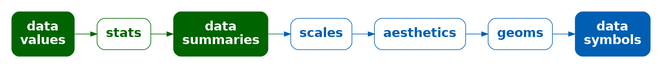
Before: Diagrams/data-stat-scale-aes-geom-sym.png, a diagram exported from Graphviz (pmur002/hdvw). Its source is kept beside it as Diagrams/data-stat-scale-aes-geom-sym.dot. Its diagram source:
```dot
digraph {
  graph [ rankdir=LR; margin=.2; nodesep=.5 ];
  node [ fontsize=20; fontname="sans bold"; margin=.2 ];
  data [ label="data\nvalues"; shape=box; style="filled, rounded"; penwidth=0; fontcolor=white; fillcolor="#006400" ]
  ggstat [ label="stats"; shape=box; style=rounded; color="#006400"; fontcolor="#006400" ]
  stat [ label="data\nsummaries"; shape=box; style="filled, rounded"; penwidth=0; fontcolor=white; fillcolor="#006400" ]
  scale [ label="scales"; shape=box; style=rounded; color="#005FB2"; fontcolor="#005FB2" ]
  aes [ label="aesthetics"; shape=box; style=rounded; color="#005FB2"; fontcolor="#005FB2" ]
  geom [ label="geoms"; shape=box; style=rounded; color="#005FB2"; fontcolor="#005FB2" ]
  sym [ label="data\nsymbols"; shape=box;
     style="filled, rounded"; penwidth=0; fontcolor=white; fillcolor="#005FB2" ]
  data -> ggstat [ color="#006400" ]
  ggstat -> stat [ color="#006400" ]
  stat -> scale [ color="#006400;0.1:#006314;0.1:#006328;0.1:#00623B;0.1:#00624F;0.1:#006163;0.1:#006177;0.1:#00608A;0.1:#00609E;0.1:#005FB2;0.1" ]
  scale -> aes [ color="#005FB2" ]
  aes -> geom [ color="#005FB2" ]
  geom -> sym [ color="#005FB2" ]
}
```
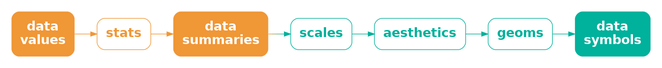
After the commit.

Diff of the diagram source:
```diff
@@ -1,18 +1,18 @@
 digraph {
   graph [ rankdir=LR; margin=.2; nodesep=.5 ];
   node [ fontsize=20; fontname="sans bold"; margin=.2 ];
-  data [ label="data\nvalues"; shape=box; style="filled, rounded"; penwidth=0; fontcolor=white; fillcolor="#006400" ]
-  ggstat [ label="stats"; shape=box; style=rounded; color="#006400"; fontcolor="#006400" ]
-  stat [ label="data\nsummaries"; shape=box; style="filled, rounded"; penwidth=0; fontcolor=white; fillcolor="#006400" ]
-  scale [ label="scales"; shape=box; style=rounded; color="#005FB2"; fontcolor="#005FB2" ]
-  aes [ label="aesthetics"; shape=box; style=rounded; color="#005FB2"; fontcolor="#005FB2" ]
-  geom [ label="geoms"; shape=box; style=rounded; color="#005FB2"; fontcolor="#005FB2" ]
+  data [ label="data\nvalues"; shape=box; style="filled, rounded"; penwidth=0; fontcolor=white; fillcolor="#F09736" ]
+  ggstat [ label="stats"; shape=box; style=rounded; color="#F09736"; fontcolor="#F09736" ]
+  stat [ label="data\nsummaries"; shape=box; style="filled, rounded"; penwidth=0; fontcolor=white; fillcolor="#F09736" ]
+  scale [ label="scales"; shape=box; style=rounded; color="#00B19B"; fontcolor="#00B19B" ]
+  aes [ label="aesthetics"; shape=box; style=rounded; color="#00B19B"; fontcolor="#00B19B" ]
+  geom [ label="geoms"; shape=box; style=rounded; color="#00B19B"; fontcolor="#00B19B" ]
   sym [ label="data\nsymbols"; shape=box;
-     style="filled, rounded"; penwidth=0; fontcolor=white; fillcolor="#005FB2" ]
-  data -> ggstat [ color="#006400" ]
-  ggstat -> stat [ color="#006400" ]
-  stat -> scale [ color="#006400;0.1:#006314;0.1:#006328;0.1:#00623B;0.1:#00624F;0.1:#006163;0.1:#006177;0.1:#00608A;0.1:#00609E;0.1:#005FB2;0.1" ]
-  scale -> aes [ color="#005FB2" ]
-  aes -> geom [ color="#005FB2" ]
-  geom -> sym [ color="#005FB2" ]
+     style="filled, rounded"; penwidth=0; fontcolor=white; fillcolor="#00B19B" ]
+  data -> ggstat [ color="#F09736" ]
+  ggstat -> stat [ color="#F09736" ]
+  stat -> scale [ color="#F09736;0.1:#D59A41;0.1:#BB9D4C;0.1:#A0A058;0.1:#85A363;0.1:#6BA56E;0.1:#50A879;0.1:#35AB85;0.1:#1BAE90;0.1:#00B19B;0.1" ]
+  scale -> aes [ color="#00B19B" ]
+  aes -> geom [ color="#00B19B" ]
+  geom -> sym [ color="#00B19B" ]
 }
```
